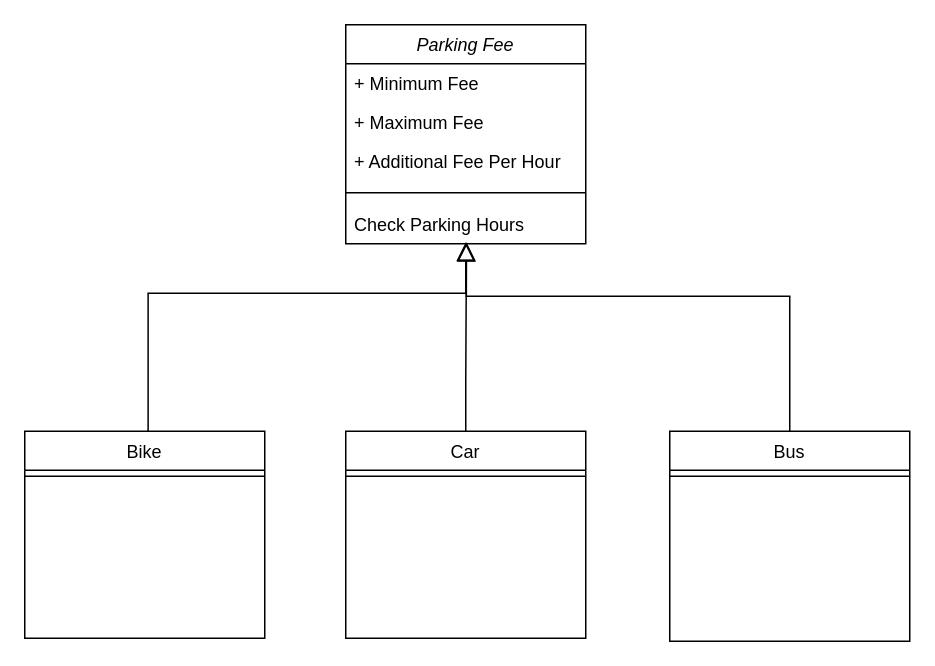
Above: Untitled Diagram.drawio in salman141/Class-Diagrams-for-Car-Parking-Calculator (draw.io), before the change. Source tidied: cells renumbered, new cells numbered last; positions are measured from the earlier drawing's top-left corner, leaving out a move shared by most shapes. Both pictures are drawn from the tidied source at 150%, with x=0, y=0 at pixel (24, 24).
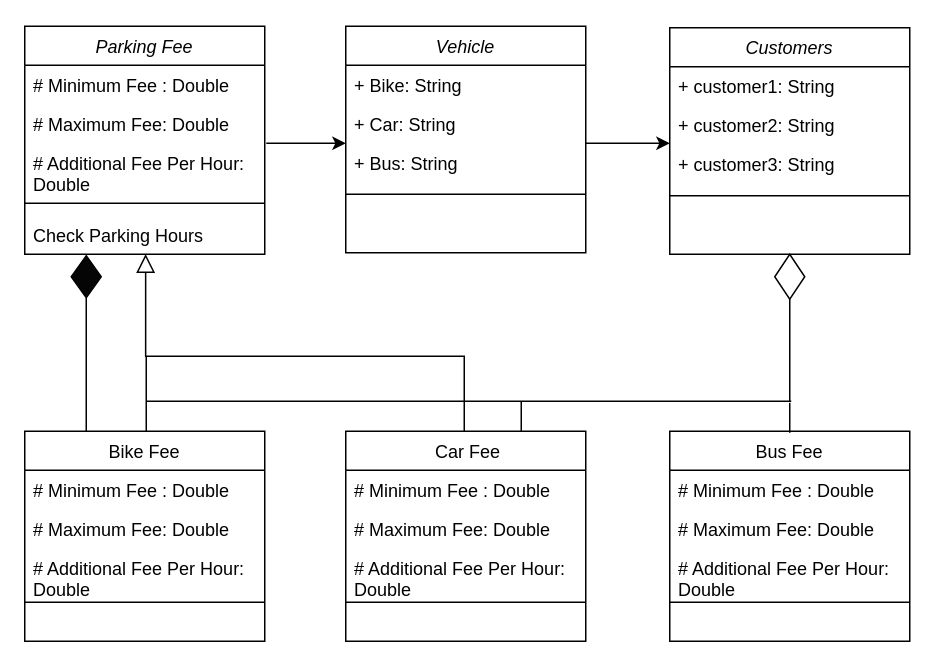
The same diagram, later.

Diff of the diagram source:
```diff
@@
     <mxCell id="2" value="Parking Fee" style="swimlane;fontStyle=2;align=center;verticalAlign=top;horizontal=1;startSize=26;rounded=0;shadow=0;strokeWidth=1;" parent="1" vertex="1">
-      <mxGeometry x="214" width="160" height="146" as="geometry" />
+      <mxGeometry y="1" width="160" height="152" as="geometry" />
     </mxCell>
-    <mxCell id="3" value="+ Minimum Fee" style="text;align=left;verticalAlign=top;spacingLeft=4;spacingRight=4;overflow=hidden;" parent="2" vertex="1">
+    <mxCell id="3" value="# Minimum Fee : Double" style="text;align=left;verticalAlign=top;spacingLeft=4;spacingRight=4;overflow=hidden;" parent="2" vertex="1">
       <mxGeometry y="26" width="160" height="26" as="geometry" />
     </mxCell>
-    <mxCell id="4" value="+ Maximum Fee" style="text;align=left;verticalAlign=top;spacingLeft=4;spacingRight=4;overflow=hidden;rounded=0;shadow=0;html=0;" parent="2" vertex="1">
+    <mxCell id="4" value="# Maximum Fee: Double" style="text;align=left;verticalAlign=top;spacingLeft=4;spacingRight=4;overflow=hidden;rounded=0;shadow=0;html=0;" parent="2" vertex="1">
       <mxGeometry y="52" width="160" height="26" as="geometry" />
     </mxCell>
-    <mxCell id="5" value="+ Additional Fee Per Hour" style="text;align=left;verticalAlign=top;spacingLeft=4;spacingRight=4;overflow=hidden;rounded=0;shadow=0;html=0;" parent="2" vertex="1">
-      <mxGeometry y="78" width="160" height="26" as="geometry" />
+    <mxCell id="5" value="# Additional Fee Per Hour:&#10;Double" style="text;align=left;verticalAlign=top;spacingLeft=4;spacingRight=4;overflow=hidden;rounded=0;shadow=0;html=0;" parent="2" vertex="1">
+      <mxGeometry y="78" width="160" height="32" as="geometry" />
     </mxCell>
     <mxCell id="6" style="line;html=1;strokeWidth=1;align=left;verticalAlign=middle;spacingTop=-1;spacingLeft=3;spacingRight=3;labelPosition=right;" parent="2" vertex="1">
-      <mxGeometry y="104" width="160" height="16" as="geometry" />
+      <mxGeometry y="110" width="160" height="16" as="geometry" />
     </mxCell>
     <mxCell id="7" value="Check Parking Hours" style="text;align=left;verticalAlign=top;spacingLeft=4;spacingRight=4;overflow=hidden;points=[[0,0.5],[1,0.5]];portConstraint=eastwest;rounded=0;shadow=0;html=0;" parent="2" vertex="1">
-      <mxGeometry y="120" width="160" height="26" as="geometry" />
+      <mxGeometry y="126" width="160" height="26" as="geometry" />
     </mxCell>
-    <mxCell id="8" value="Car" style="swimlane;fontStyle=0;align=center;verticalAlign=top;horizontal=1;startSize=26;rounded=0;shadow=0;strokeWidth=1;" parent="1" vertex="1">
-      <mxGeometry x="214" y="271" width="160" height="138" as="geometry" />
+    <mxCell id="8" value=" Car Fee" style="swimlane;fontStyle=0;align=center;verticalAlign=top;horizontal=1;startSize=26;rounded=0;shadow=0;strokeWidth=1;" parent="1" vertex="1">
+      <mxGeometry x="214" y="271" width="160" height="140" as="geometry" />
     </mxCell>
+    <mxCell id="17" value="# Minimum Fee : Double" style="text;align=left;verticalAlign=top;spacingLeft=4;spacingRight=4;overflow=hidden;" parent="8" vertex="1">
+      <mxGeometry y="26" width="160" height="26" as="geometry" />
+    </mxCell>
+    <mxCell id="18" value="# Maximum Fee: Double" style="text;align=left;verticalAlign=top;spacingLeft=4;spacingRight=4;overflow=hidden;rounded=0;shadow=0;html=0;" parent="8" vertex="1">
+      <mxGeometry y="52" width="160" height="26" as="geometry" />
+    </mxCell>
+    <mxCell id="19" value="# Additional Fee Per Hour:&#10;Double" style="text;align=left;verticalAlign=top;spacingLeft=4;spacingRight=4;overflow=hidden;rounded=0;shadow=0;html=0;" parent="8" vertex="1">
+      <mxGeometry y="78" width="160" height="32" as="geometry" />
+    </mxCell>
     <mxCell id="9" style="line;html=1;strokeWidth=1;align=left;verticalAlign=middle;spacingTop=-1;spacingLeft=3;spacingRight=3;labelPosition=right;" parent="8" vertex="1">
-      <mxGeometry y="26" width="160" height="8" as="geometry" />
+      <mxGeometry y="110" width="160" height="8" as="geometry" />
     </mxCell>
-    <mxCell id="10" style="endArrow=block;endSize=10;endFill=0;shadow=0;strokeWidth=1;rounded=0;edgeStyle=elbowEdgeStyle;elbow=vertical;entryX=0.503;entryY=0.959;entryDx=0;entryDy=0;entryPerimeter=0;exitX=0.5;exitY=0;exitDx=0;exitDy=0;" parent="1" edge="1" source="8" target="7">
+    <mxCell id="10" style="endArrow=block;endSize=10;endFill=0;shadow=0;strokeWidth=1;rounded=0;edgeStyle=elbowEdgeStyle;elbow=vertical;exitX=0.5;exitY=0;exitDx=0;exitDy=0;entryX=0.504;entryY=0.995;entryDx=0;entryDy=0;entryPerimeter=0;" parent="1" edge="1">
       <mxGeometry relative="1" as="geometry">
+        <mxPoint x="293" y="271" as="sourcePoint" />
+        <mxPoint x="80.6" y="152.9" as="targetPoint" />
         <Array as="points">
-          <mxPoint x="294" y="238" />
-          <mxPoint x="380" y="218" />
+          <mxPoint x="260" y="221" />
+          <mxPoint x="293" y="238" />
+          <mxPoint x="379" y="218" />
         </Array>
       </mxGeometry>
     </mxCell>
-    <mxCell id="11" value="Bus" style="swimlane;fontStyle=0;align=center;verticalAlign=top;horizontal=1;startSize=26;rounded=0;shadow=0;strokeWidth=1;" parent="1" vertex="1">
+    <mxCell id="11" value="Bus Fee" style="swimlane;fontStyle=0;align=center;verticalAlign=top;horizontal=1;startSize=26;rounded=0;shadow=0;strokeWidth=1;" parent="1" vertex="1">
       <mxGeometry x="430" y="271" width="160" height="140" as="geometry" />
     </mxCell>
+    <mxCell id="20" value="# Minimum Fee : Double" style="text;align=left;verticalAlign=top;spacingLeft=4;spacingRight=4;overflow=hidden;" parent="11" vertex="1">
+      <mxGeometry y="26" width="160" height="26" as="geometry" />
+    </mxCell>
+    <mxCell id="21" value="# Maximum Fee: Double" style="text;align=left;verticalAlign=top;spacingLeft=4;spacingRight=4;overflow=hidden;rounded=0;shadow=0;html=0;" parent="11" vertex="1">
+      <mxGeometry y="52" width="160" height="26" as="geometry" />
+    </mxCell>
+    <mxCell id="22" value="# Additional Fee Per Hour:&#10;Double" style="text;align=left;verticalAlign=top;spacingLeft=4;spacingRight=4;overflow=hidden;rounded=0;shadow=0;html=0;" parent="11" vertex="1">
+      <mxGeometry y="78" width="160" height="32" as="geometry" />
+    </mxCell>
     <mxCell id="12" style="line;html=1;strokeWidth=1;align=left;verticalAlign=middle;spacingTop=-1;spacingLeft=3;spacingRight=3;labelPosition=right;" parent="11" vertex="1">
-      <mxGeometry y="26" width="160" height="8" as="geometry" />
+      <mxGeometry y="110" width="160" height="8" as="geometry" />
     </mxCell>
-    <mxCell id="13" value="Bike" style="swimlane;fontStyle=0;align=center;verticalAlign=top;horizontal=1;startSize=26;rounded=0;shadow=0;strokeWidth=1;" parent="1" vertex="1">
-      <mxGeometry y="271" width="160" height="138" as="geometry" />
+    <mxCell id="13" value="Bike Fee" style="swimlane;fontStyle=0;align=center;verticalAlign=top;horizontal=1;startSize=26;rounded=0;shadow=0;strokeWidth=1;" parent="1" vertex="1">
+      <mxGeometry y="271" width="160" height="140" as="geometry" />
     </mxCell>
+    <mxCell id="23" value="# Minimum Fee : Double" style="text;align=left;verticalAlign=top;spacingLeft=4;spacingRight=4;overflow=hidden;" parent="13" vertex="1">
+      <mxGeometry y="26" width="160" height="26" as="geometry" />
+    </mxCell>
+    <mxCell id="24" value="# Maximum Fee: Double" style="text;align=left;verticalAlign=top;spacingLeft=4;spacingRight=4;overflow=hidden;rounded=0;shadow=0;html=0;" parent="13" vertex="1">
+      <mxGeometry y="52" width="160" height="26" as="geometry" />
+    </mxCell>
+    <mxCell id="25" value="# Additional Fee Per Hour:&#10;Double" style="text;align=left;verticalAlign=top;spacingLeft=4;spacingRight=4;overflow=hidden;rounded=0;shadow=0;html=0;" parent="13" vertex="1">
+      <mxGeometry y="78" width="160" height="32" as="geometry" />
+    </mxCell>
     <mxCell id="14" style="line;html=1;strokeWidth=1;align=left;verticalAlign=middle;spacingTop=-1;spacingLeft=3;spacingRight=3;labelPosition=right;" parent="13" vertex="1">
-      <mxGeometry y="26" width="160" height="8" as="geometry" />
+      <mxGeometry y="110" width="160" height="8" as="geometry" />
     </mxCell>
-    <mxCell id="15" style="endArrow=block;endSize=10;endFill=0;shadow=0;strokeWidth=1;rounded=0;edgeStyle=elbowEdgeStyle;elbow=vertical;entryX=0.5;entryY=1;entryDx=0;entryDy=0;exitX=0.514;exitY=0;exitDx=0;exitDy=0;exitPerimeter=0;" parent="1" edge="1" source="13">
-      <mxGeometry relative="1" as="geometry">
-        <mxPoint x="294" y="145" as="targetPoint" />
-        <Array as="points">
-          <mxPoint x="186" y="179" />
-          <mxPoint x="68" y="159" />
-        </Array>
-      </mxGeometry>
-    </mxCell>
-    <mxCell id="16" style="endArrow=block;endSize=10;endFill=0;shadow=0;strokeWidth=1;rounded=0;edgeStyle=elbowEdgeStyle;elbow=vertical;entryX=0.721;entryY=1.051;entryDx=0;entryDy=0;exitX=0.5;exitY=0;exitDx=0;exitDy=0;entryPerimeter=0;" parent="1" edge="1" source="11">
-      <mxGeometry relative="1" as="geometry">
-        <mxPoint x="294.4" y="145.3" as="targetPoint" />
-        <Array as="points">
-          <mxPoint x="578.8" y="181" />
-          <mxPoint x="460.8" y="161" />
-        </Array>
-      </mxGeometry>
-    </mxCell>
+    <mxCell id="26" value="Vehicle" style="swimlane;fontStyle=2;align=center;verticalAlign=top;horizontal=1;startSize=26;rounded=0;shadow=0;strokeWidth=1;" parent="1" vertex="1">
+      <mxGeometry x="214" y="1" width="160" height="151" as="geometry" />
+    </mxCell>
+    <mxCell id="27" value="+ Bike: String" style="text;align=left;verticalAlign=top;spacingLeft=4;spacingRight=4;overflow=hidden;" parent="26" vertex="1">
+      <mxGeometry y="26" width="160" height="26" as="geometry" />
+    </mxCell>
+    <mxCell id="28" value="+ Car: String" style="text;align=left;verticalAlign=top;spacingLeft=4;spacingRight=4;overflow=hidden;rounded=0;shadow=0;html=0;" parent="26" vertex="1">
+      <mxGeometry y="52" width="160" height="26" as="geometry" />
+    </mxCell>
+    <mxCell id="29" value="+ Bus: String" style="text;align=left;verticalAlign=top;spacingLeft=4;spacingRight=4;overflow=hidden;rounded=0;shadow=0;html=0;" parent="26" vertex="1">
+      <mxGeometry y="78" width="160" height="26" as="geometry" />
+    </mxCell>
+    <mxCell id="30" style="line;html=1;strokeWidth=1;align=left;verticalAlign=middle;spacingTop=-1;spacingLeft=3;spacingRight=3;labelPosition=right;" parent="26" vertex="1">
+      <mxGeometry y="104" width="160" height="16" as="geometry" />
+    </mxCell>
+    <mxCell id="31" value="Customers" style="swimlane;fontStyle=2;align=center;verticalAlign=top;horizontal=1;startSize=26;rounded=0;shadow=0;strokeWidth=1;" parent="1" vertex="1">
+      <mxGeometry x="430" y="2" width="160" height="151" as="geometry" />
+    </mxCell>
+    <mxCell id="32" value="+ customer1: String" style="text;align=left;verticalAlign=top;spacingLeft=4;spacingRight=4;overflow=hidden;" parent="31" vertex="1">
+      <mxGeometry y="26" width="160" height="26" as="geometry" />
+    </mxCell>
+    <mxCell id="33" value="+ customer2: String" style="text;align=left;verticalAlign=top;spacingLeft=4;spacingRight=4;overflow=hidden;rounded=0;shadow=0;html=0;" parent="31" vertex="1">
+      <mxGeometry y="52" width="160" height="26" as="geometry" />
+    </mxCell>
+    <mxCell id="34" value="+ customer3: String" style="text;align=left;verticalAlign=top;spacingLeft=4;spacingRight=4;overflow=hidden;rounded=0;shadow=0;html=0;" parent="31" vertex="1">
+      <mxGeometry y="78" width="160" height="26" as="geometry" />
+    </mxCell>
+    <mxCell id="35" style="line;html=1;strokeWidth=1;align=left;verticalAlign=middle;spacingTop=-1;spacingLeft=3;spacingRight=3;labelPosition=right;" parent="31" vertex="1">
+      <mxGeometry y="104" width="160" height="16" as="geometry" />
+    </mxCell>
+    <mxCell id="36" style="rhombus;whiteSpace=wrap;html=1;" parent="1" vertex="1">
+      <mxGeometry x="500" y="153" width="20" height="30" as="geometry" />
+    </mxCell>
+    <mxCell id="37" style="edgeStyle=orthogonalEdgeStyle;rounded=0;orthogonalLoop=1;jettySize=auto;html=1;exitX=1;exitY=1.062;exitDx=0;exitDy=0;exitPerimeter=0;" parent="1" edge="1">
+      <mxGeometry relative="1" as="geometry">
+        <mxPoint x="161" y="79" as="sourcePoint" />
+        <mxPoint x="214" y="79" as="targetPoint" />
+      </mxGeometry>
+    </mxCell>
+    <mxCell id="38" style="endArrow=none;html=1;rounded=0;" parent="1" edge="1">
+      <mxGeometry relative="1" as="geometry">
+        <mxPoint x="81" y="251" as="sourcePoint" />
+        <mxPoint x="511" y="251" as="targetPoint" />
+      </mxGeometry>
+    </mxCell>
+    <mxCell id="39" style="endArrow=none;html=1;rounded=0;entryX=0.5;entryY=1;entryDx=0;entryDy=0;" parent="1" edge="1" target="36">
+      <mxGeometry relative="1" as="geometry">
+        <mxPoint x="510" y="251" as="sourcePoint" />
+      </mxGeometry>
+    </mxCell>
+    <mxCell id="40" style="endArrow=none;html=1;rounded=0;" parent="1" edge="1">
+      <mxGeometry relative="1" as="geometry">
+        <mxPoint x="331" y="271" as="sourcePoint" />
+        <mxPoint x="331" y="251" as="targetPoint" />
+      </mxGeometry>
+    </mxCell>
+    <mxCell id="41" style="edgeStyle=orthogonalEdgeStyle;rounded=0;orthogonalLoop=1;jettySize=auto;html=1;exitX=1;exitY=0.5;exitDx=0;exitDy=0;" parent="1" edge="1">
+      <mxGeometry relative="1" as="geometry">
+        <mxPoint x="374" y="79" as="sourcePoint" />
+        <mxPoint x="430" y="79" as="targetPoint" />
+        <Array as="points">
+          <mxPoint x="421" y="79" />
+          <mxPoint x="421" y="79" />
+        </Array>
+      </mxGeometry>
+    </mxCell>
+    <mxCell id="42" style="endArrow=none;html=1;rounded=0;" parent="1" edge="1">
+      <mxGeometry relative="1" as="geometry">
+        <mxPoint x="510" y="272" as="sourcePoint" />
+        <mxPoint x="510" y="252" as="targetPoint" />
+      </mxGeometry>
+    </mxCell>
+    <mxCell id="43" style="rhombus;whiteSpace=wrap;html=1;fillColor=#050505;" parent="1" vertex="1">
+      <mxGeometry x="31" y="154" width="20" height="28" as="geometry" />
+    </mxCell>
+    <mxCell id="44" style="endArrow=none;html=1;rounded=0;entryX=0.5;entryY=1;entryDx=0;entryDy=0;" parent="1" edge="1" target="43">
+      <mxGeometry relative="1" as="geometry">
+        <mxPoint x="41" y="271" as="sourcePoint" />
+      </mxGeometry>
+    </mxCell>
+    <mxCell id="45" style="endArrow=none;html=1;rounded=0;" parent="1" edge="1">
+      <mxGeometry relative="1" as="geometry">
+        <mxPoint x="81" y="271" as="sourcePoint" />
+        <mxPoint x="81" y="221" as="targetPoint" />
+      </mxGeometry>
+    </mxCell>
```
